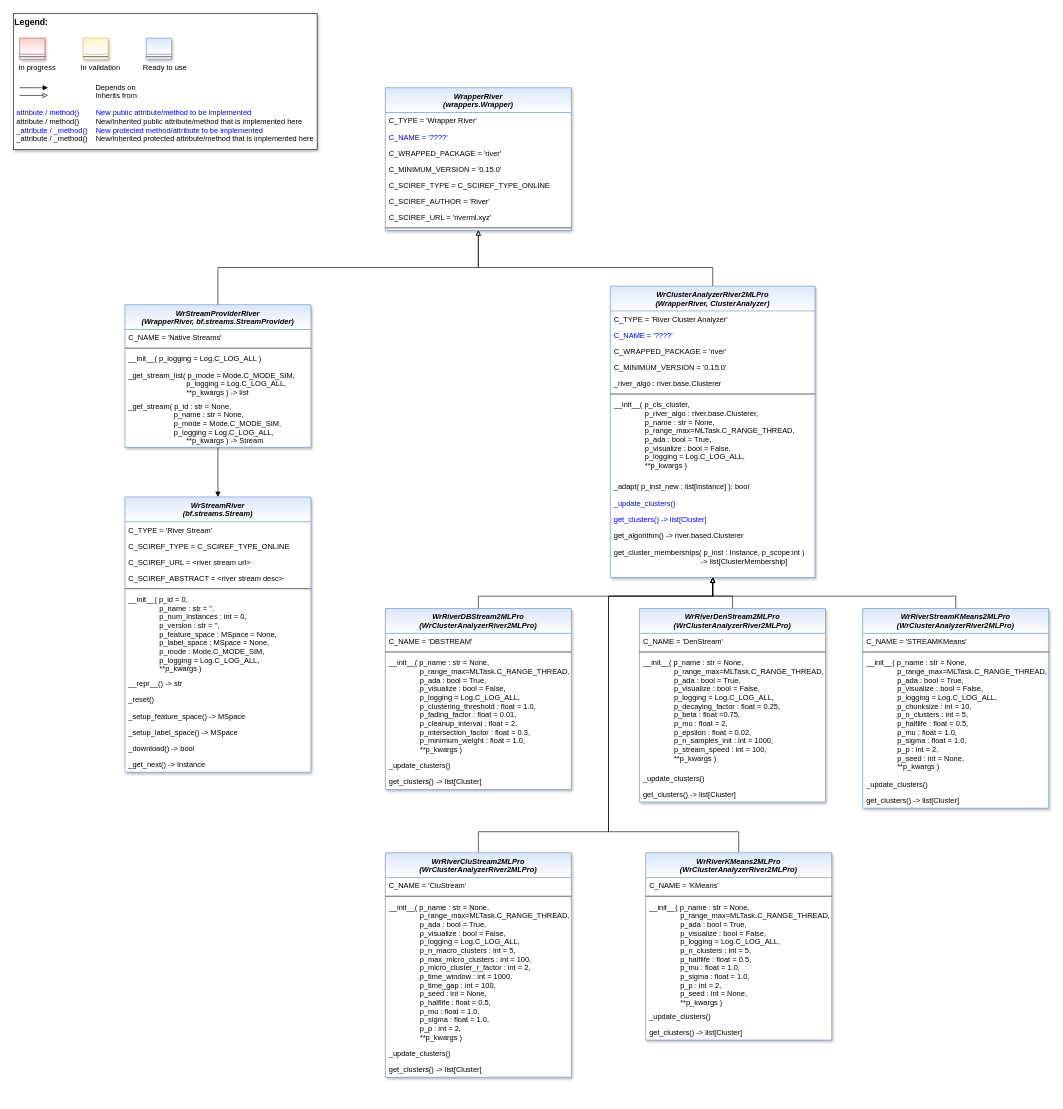
fhswf/MLPro keeps this draw.io diagram as doc/rtd/content/99_appendices/appendix2/sub/wrappers/images/MLPro-Wrappers-River.drawio. Above is the earlier version. Source tidied: cells renumbered, new cells numbered last; positions are measured from the earlier drawing's top-left corner, leaving out a move shared by most shapes. Both pictures are drawn from the tidied source at 62%, with x=0, y=0 at pixel (13, 13).
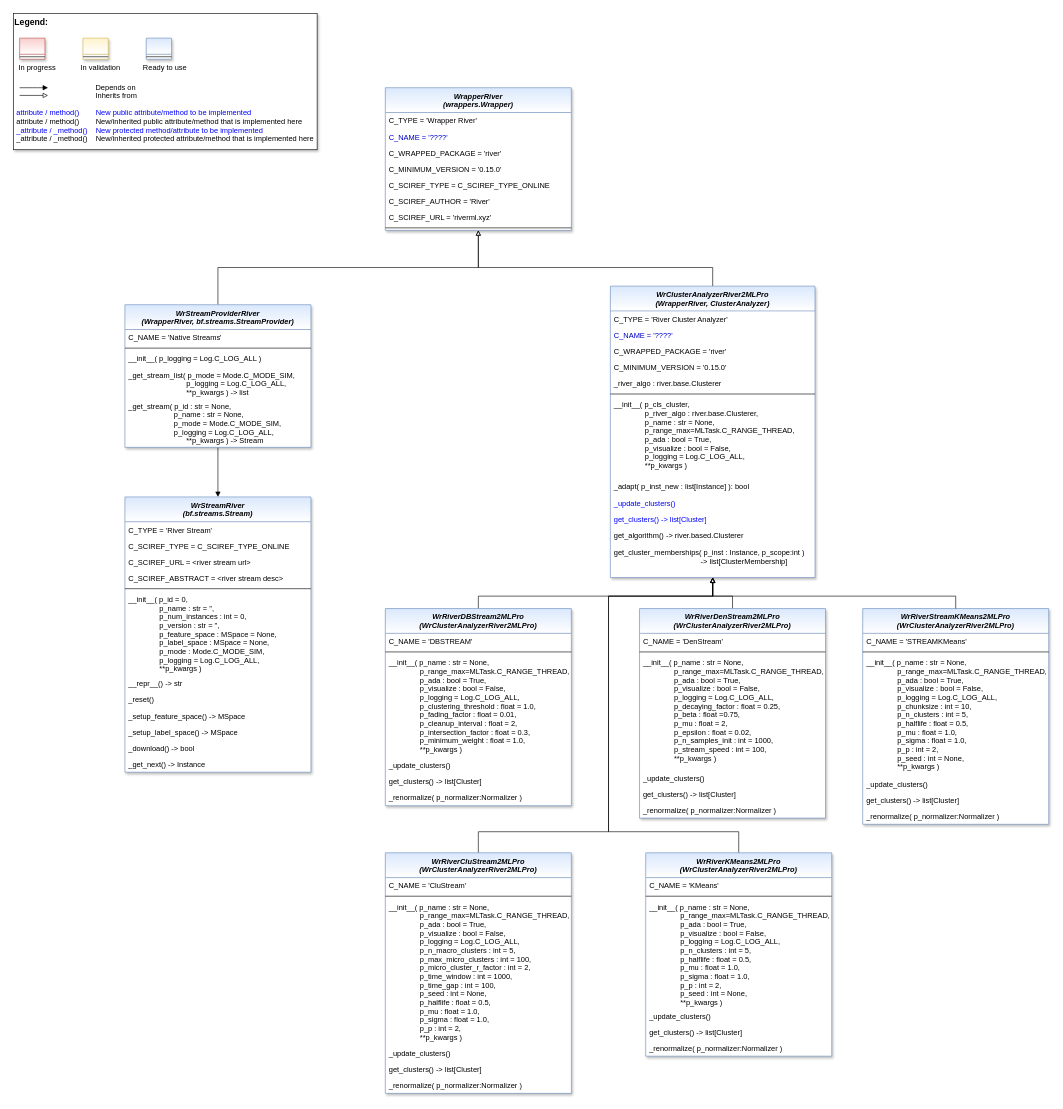
After the change.

Diff of the diagram source:
```diff
@@
     <mxCell id="13" value="WrRiverCluStream2MLPro&#10;(WrClusterAnalyzerRiver2MLPro)" style="swimlane;fontStyle=3;align=center;verticalAlign=top;horizontal=1;startSize=40;rounded=0;shadow=1;strokeWidth=1;fillColor=#dae8fc;strokeColor=#6c8ebf;swimlaneFillColor=#ffffff;gradientColor=#FFFFFF;" parent="1" vertex="1">
-      <mxGeometry x="600" y="1354" width="300" height="362" as="geometry" />
+      <mxGeometry x="600" y="1354" width="300" height="388" as="geometry" />
     </mxCell>
@@
+    <mxCell id="91" value="_renormalize( p_normalizer:Normalizer )" style="text;align=left;verticalAlign=top;spacingLeft=4;spacingRight=4;overflow=hidden;fontColor=#000000;" parent="13" vertex="1">
+      <mxGeometry y="362" width="300" height="26" as="geometry" />
+    </mxCell>
@@
     <mxCell id="34" value="WrRiverDBStream2MLPro&#10;(WrClusterAnalyzerRiver2MLPro)" style="swimlane;fontStyle=3;align=center;verticalAlign=top;horizontal=1;startSize=40;rounded=0;shadow=1;strokeWidth=1;fillColor=#dae8fc;strokeColor=#6c8ebf;swimlaneFillColor=#ffffff;gradientColor=#FFFFFF;" parent="1" vertex="1">
-      <mxGeometry x="600" y="960" width="300" height="292" as="geometry" />
+      <mxGeometry x="600" y="960" width="300" height="318" as="geometry" />
     </mxCell>
@@
+    <mxCell id="92" value="_renormalize( p_normalizer:Normalizer )" style="text;align=left;verticalAlign=top;spacingLeft=4;spacingRight=4;overflow=hidden;fontColor=#000000;" parent="34" vertex="1">
+      <mxGeometry y="292" width="300" height="26" as="geometry" />
+    </mxCell>
@@
     <mxCell id="41" value="WrRiverDenStream2MLPro&#10;(WrClusterAnalyzerRiver2MLPro)" style="swimlane;fontStyle=3;align=center;verticalAlign=top;horizontal=1;startSize=40;rounded=0;shadow=1;strokeWidth=1;fillColor=#dae8fc;strokeColor=#6c8ebf;swimlaneFillColor=#ffffff;gradientColor=#FFFFFF;" parent="1" vertex="1">
-      <mxGeometry x="1010" y="960" width="300" height="312" as="geometry" />
+      <mxGeometry x="1010" y="960" width="300" height="338" as="geometry" />
     </mxCell>
@@
+    <mxCell id="93" value="_renormalize( p_normalizer:Normalizer )" style="text;align=left;verticalAlign=top;spacingLeft=4;spacingRight=4;overflow=hidden;fontColor=#000000;" parent="41" vertex="1">
+      <mxGeometry y="312" width="300" height="26" as="geometry" />
+    </mxCell>
@@
     <mxCell id="78" value="WrRiverKMeans2MLPro&#10;(WrClusterAnalyzerRiver2MLPro)" style="swimlane;fontStyle=3;align=center;verticalAlign=top;horizontal=1;startSize=40;rounded=0;shadow=1;strokeWidth=1;fillColor=#dae8fc;strokeColor=#6c8ebf;swimlaneFillColor=#ffffff;gradientColor=#FFFFFF;" parent="1" vertex="1">
-      <mxGeometry x="1020" y="1354" width="300" height="302" as="geometry" />
+      <mxGeometry x="1020" y="1354" width="300" height="328" as="geometry" />
     </mxCell>
@@
+    <mxCell id="94" value="_renormalize( p_normalizer:Normalizer )" style="text;align=left;verticalAlign=top;spacingLeft=4;spacingRight=4;overflow=hidden;fontColor=#000000;" parent="78" vertex="1">
+      <mxGeometry y="302" width="300" height="26" as="geometry" />
+    </mxCell>
     <mxCell id="84" value="WrRiverStreamKMeans2MLPro&#10;(WrClusterAnalyzerRiver2MLPro)" style="swimlane;fontStyle=3;align=center;verticalAlign=top;horizontal=1;startSize=40;rounded=0;shadow=1;strokeWidth=1;fillColor=#dae8fc;strokeColor=#6c8ebf;swimlaneFillColor=#ffffff;gradientColor=#FFFFFF;" parent="1" vertex="1">
-      <mxGeometry x="1370" y="960" width="300" height="322" as="geometry" />
+      <mxGeometry x="1370" y="960" width="300" height="348" as="geometry" />
     </mxCell>
@@
+    <mxCell id="95" value="_renormalize( p_normalizer:Normalizer )" style="text;align=left;verticalAlign=top;spacingLeft=4;spacingRight=4;overflow=hidden;fontColor=#000000;" parent="84" vertex="1">
+      <mxGeometry y="322" width="300" height="26" as="geometry" />
+    </mxCell>
```
